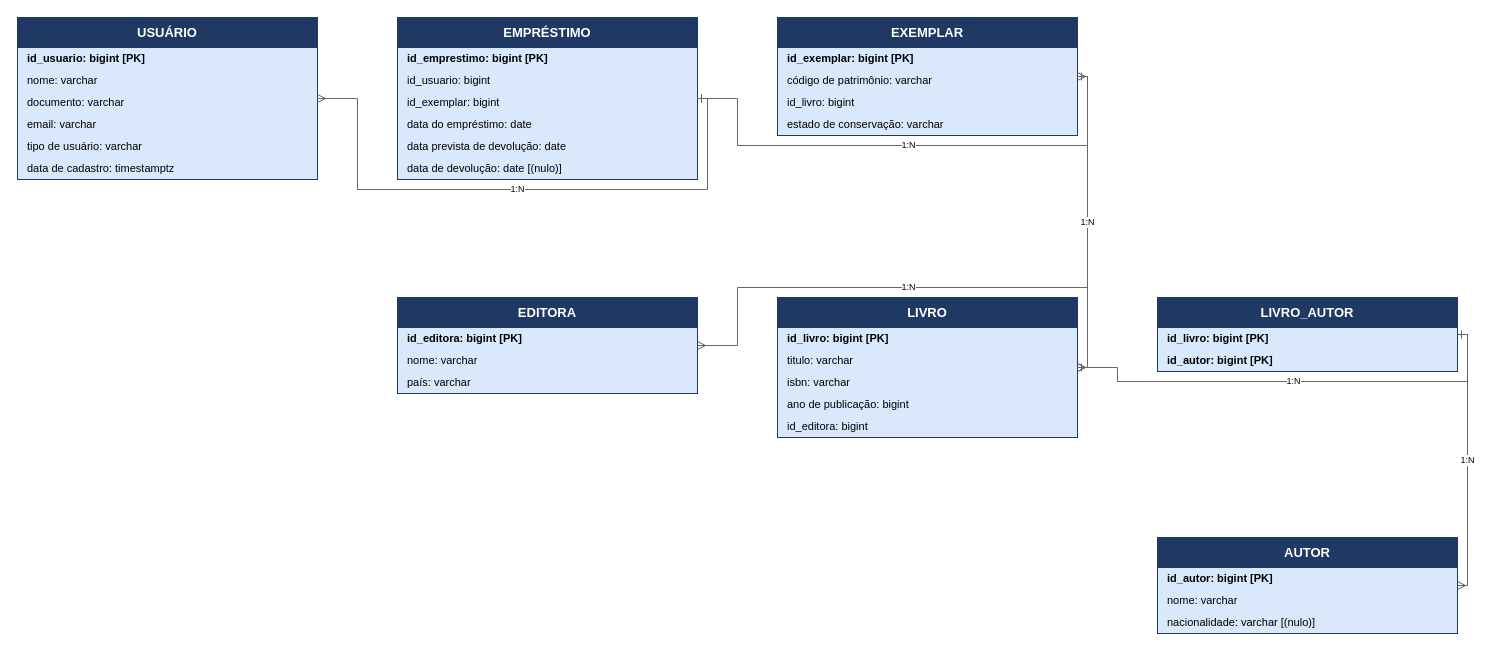
This is docs/mer/biblioteca.drawio from Vindilino01/ChatSQL, a draw.io file, before an edit. Source tidied: cells renumbered, new cells numbered last; positions are measured from the earlier drawing's top-left corner, leaving out a move shared by most shapes. Both pictures are drawn from the tidied source at 100%, with x=0, y=0 at pixel (17, 17).
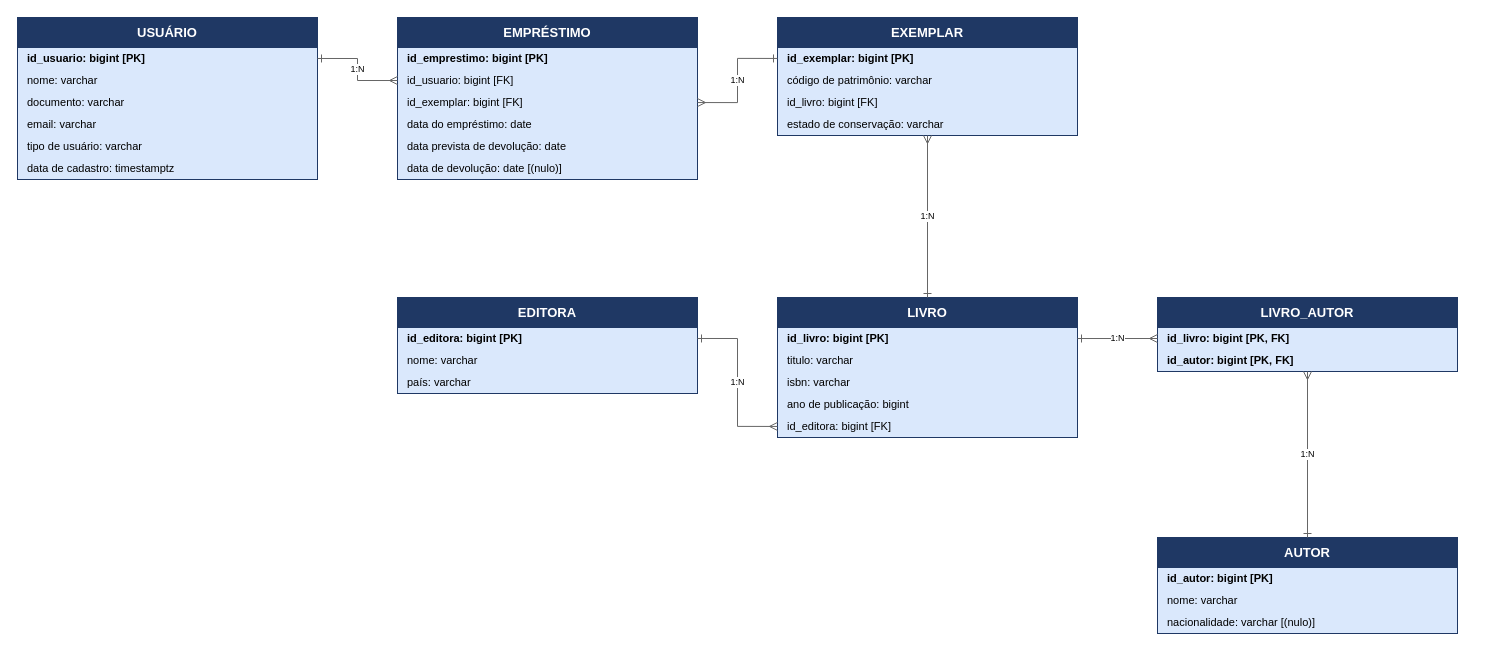
Above is the later version.

Commit message (it also covers changes not shown here):
Drawio: marca FK, ancora as setas na borda e desenha arestas por ultimo

The change refers to these unchanged cells:
```xml
<mxCell id="2" style="rounded=0;whiteSpace=wrap;html=1;fillColor=#DAE8FC;strokeColor=#1F3864;verticalAlign=top;align=left;spacingLeft=6;spacingTop=4;" parent="1" vertex="1">
  <mxGeometry x="1140" y="520" width="300" height="96" as="geometry" />
</mxCell>
<mxCell id="7" style="rounded=0;whiteSpace=wrap;html=1;fillColor=#DAE8FC;strokeColor=#1F3864;verticalAlign=top;align=left;spacingLeft=6;spacingTop=4;" parent="1" vertex="1">
  <mxGeometry x="380" y="280" width="300" height="96" as="geometry" />
</mxCell>
<mxCell id="12" style="rounded=0;whiteSpace=wrap;html=1;fillColor=#DAE8FC;strokeColor=#1F3864;verticalAlign=top;align=left;spacingLeft=6;spacingTop=4;" parent="1" vertex="1">
  <mxGeometry x="380" width="300" height="162" as="geometry" />
</mxCell>
<mxCell id="20" style="rounded=0;whiteSpace=wrap;html=1;fillColor=#DAE8FC;strokeColor=#1F3864;verticalAlign=top;align=left;spacingLeft=6;spacingTop=4;" parent="1" vertex="1">
  <mxGeometry x="760" width="300" height="118" as="geometry" />
</mxCell>
<mxCell id="26" style="rounded=0;whiteSpace=wrap;html=1;fillColor=#DAE8FC;strokeColor=#1F3864;verticalAlign=top;align=left;spacingLeft=6;spacingTop=4;" parent="1" vertex="1">
  <mxGeometry x="760" y="280" width="300" height="140" as="geometry" />
</mxCell>
<mxCell id="33" style="rounded=0;whiteSpace=wrap;html=1;fillColor=#DAE8FC;strokeColor=#1F3864;verticalAlign=top;align=left;spacingLeft=6;spacingTop=4;" parent="1" vertex="1">
  <mxGeometry x="1140" y="280" width="300" height="74" as="geometry" />
</mxCell>
<mxCell id="37" style="rounded=0;whiteSpace=wrap;html=1;fillColor=#DAE8FC;strokeColor=#1F3864;verticalAlign=top;align=left;spacingLeft=6;spacingTop=4;" parent="1" vertex="1">
  <mxGeometry width="300" height="162" as="geometry" />
</mxCell>
```

What changed in the source:
```diff
@@
-    <mxCell id="15" value="id_usuario: bigint" style="text;html=1;align=left;verticalAlign=middle;spacingLeft=8;fontSize=11;" parent="1" vertex="1">
+    <mxCell id="15" value="id_usuario: bigint  [FK]" style="text;html=1;align=left;verticalAlign=middle;spacingLeft=8;fontSize=11;" parent="1" vertex="1">
       <mxGeometry x="380" y="52" width="300" height="22" as="geometry" />
     </mxCell>
-    <mxCell id="16" value="id_exemplar: bigint" style="text;html=1;align=left;verticalAlign=middle;spacingLeft=8;fontSize=11;" parent="1" vertex="1">
+    <mxCell id="16" value="id_exemplar: bigint  [FK]" style="text;html=1;align=left;verticalAlign=middle;spacingLeft=8;fontSize=11;" parent="1" vertex="1">
       <mxGeometry x="380" y="74" width="300" height="22" as="geometry" />
     </mxCell>
@@
-    <mxCell id="24" value="id_livro: bigint" style="text;html=1;align=left;verticalAlign=middle;spacingLeft=8;fontSize=11;" parent="1" vertex="1">
+    <mxCell id="24" value="id_livro: bigint  [FK]" style="text;html=1;align=left;verticalAlign=middle;spacingLeft=8;fontSize=11;" parent="1" vertex="1">
       <mxGeometry x="760" y="74" width="300" height="22" as="geometry" />
     </mxCell>
@@
-    <mxCell id="32" value="id_editora: bigint" style="text;html=1;align=left;verticalAlign=middle;spacingLeft=8;fontSize=11;" parent="1" vertex="1">
+    <mxCell id="32" value="id_editora: bigint  [FK]" style="text;html=1;align=left;verticalAlign=middle;spacingLeft=8;fontSize=11;" parent="1" vertex="1">
       <mxGeometry x="760" y="398" width="300" height="22" as="geometry" />
     </mxCell>
@@
-    <mxCell id="35" value="id_livro: bigint  [PK]" style="text;html=1;align=left;verticalAlign=middle;spacingLeft=8;fontSize=11;fontStyle=1;" parent="1" vertex="1">
+    <mxCell id="35" value="id_livro: bigint  [PK, FK]" style="text;html=1;align=left;verticalAlign=middle;spacingLeft=8;fontSize=11;fontStyle=1;" parent="1" vertex="1">
       <mxGeometry x="1140" y="310" width="300" height="22" as="geometry" />
     </mxCell>
-    <mxCell id="36" value="id_autor: bigint  [PK]" style="text;html=1;align=left;verticalAlign=middle;spacingLeft=8;fontSize=11;fontStyle=1;" parent="1" vertex="1">
+    <mxCell id="36" value="id_autor: bigint  [PK, FK]" style="text;html=1;align=left;verticalAlign=middle;spacingLeft=8;fontSize=11;fontStyle=1;" parent="1" vertex="1">
       <mxGeometry x="1140" y="332" width="300" height="22" as="geometry" />
     </mxCell>
@@
-    <mxCell id="45" value="1:N" style="edgeStyle=orthogonalEdgeStyle;rounded=0;html=1;exitX=0.5;exitY=0.5;entryX=0.5;entryY=0.5;startArrow=ERone;startFill=0;endArrow=ERmany;endFill=0;strokeColor=#666666;fontSize=9;" parent="1" edge="1" source="12" target="37">
+    <mxCell id="45" value="1:N" style="edgeStyle=orthogonalEdgeStyle;rounded=0;html=1;exitX=0.0;exitY=0.389;entryX=1.0;entryY=0.253;startArrow=ERmany;startFill=0;endArrow=ERone;endFill=0;strokeColor=#666666;fontSize=9;" parent="1" edge="1" source="12" target="37">
       <mxGeometry relative="1" as="geometry" />
     </mxCell>
-    <mxCell id="46" value="1:N" style="edgeStyle=orthogonalEdgeStyle;rounded=0;html=1;exitX=0.5;exitY=0.5;entryX=0.5;entryY=0.5;startArrow=ERone;startFill=0;endArrow=ERmany;endFill=0;strokeColor=#666666;fontSize=9;" parent="1" edge="1" source="12" target="20">
+    <mxCell id="46" value="1:N" style="edgeStyle=orthogonalEdgeStyle;rounded=0;html=1;exitX=1.0;exitY=0.525;entryX=0.0;entryY=0.347;startArrow=ERmany;startFill=0;endArrow=ERone;endFill=0;strokeColor=#666666;fontSize=9;" parent="1" edge="1" source="12" target="20">
       <mxGeometry relative="1" as="geometry" />
     </mxCell>
-    <mxCell id="47" value="1:N" style="edgeStyle=orthogonalEdgeStyle;rounded=0;html=1;exitX=0.5;exitY=0.5;entryX=0.5;entryY=0.5;startArrow=ERone;startFill=0;endArrow=ERmany;endFill=0;strokeColor=#666666;fontSize=9;" parent="1" edge="1" source="20" target="26">
+    <mxCell id="47" value="1:N" style="edgeStyle=orthogonalEdgeStyle;rounded=0;html=1;exitX=0.5;exitY=1.0;entryX=0.5;entryY=0.0;startArrow=ERmany;startFill=0;endArrow=ERone;endFill=0;strokeColor=#666666;fontSize=9;" parent="1" edge="1" source="20" target="26">
       <mxGeometry relative="1" as="geometry" />
     </mxCell>
-    <mxCell id="48" value="1:N" style="edgeStyle=orthogonalEdgeStyle;rounded=0;html=1;exitX=0.5;exitY=0.5;entryX=0.5;entryY=0.5;startArrow=ERone;startFill=0;endArrow=ERmany;endFill=0;strokeColor=#666666;fontSize=9;" parent="1" edge="1" source="26" target="7">
+    <mxCell id="48" value="1:N" style="edgeStyle=orthogonalEdgeStyle;rounded=0;html=1;exitX=0.0;exitY=0.921;entryX=1.0;entryY=0.427;startArrow=ERmany;startFill=0;endArrow=ERone;endFill=0;strokeColor=#666666;fontSize=9;" parent="1" edge="1" source="26" target="7">
       <mxGeometry relative="1" as="geometry" />
     </mxCell>
-    <mxCell id="49" value="1:N" style="edgeStyle=orthogonalEdgeStyle;rounded=0;html=1;exitX=0.5;exitY=0.5;entryX=0.5;entryY=0.5;startArrow=ERone;startFill=0;endArrow=ERmany;endFill=0;strokeColor=#666666;fontSize=9;" parent="1" edge="1" source="33" target="26">
+    <mxCell id="49" value="1:N" style="edgeStyle=orthogonalEdgeStyle;rounded=0;html=1;exitX=0.0;exitY=0.554;entryX=1.0;entryY=0.293;startArrow=ERmany;startFill=0;endArrow=ERone;endFill=0;strokeColor=#666666;fontSize=9;" parent="1" edge="1" source="33" target="26">
       <mxGeometry relative="1" as="geometry" />
     </mxCell>
-    <mxCell id="50" value="1:N" style="edgeStyle=orthogonalEdgeStyle;rounded=0;html=1;exitX=0.5;exitY=0.5;entryX=0.5;entryY=0.5;startArrow=ERone;startFill=0;endArrow=ERmany;endFill=0;strokeColor=#666666;fontSize=9;" parent="1" edge="1" source="33" target="2">
+    <mxCell id="50" value="1:N" style="edgeStyle=orthogonalEdgeStyle;rounded=0;html=1;exitX=0.5;exitY=1.0;entryX=0.5;entryY=0.0;startArrow=ERmany;startFill=0;endArrow=ERone;endFill=0;strokeColor=#666666;fontSize=9;" parent="1" edge="1" source="33" target="2">
       <mxGeometry relative="1" as="geometry" />
     </mxCell>
```
